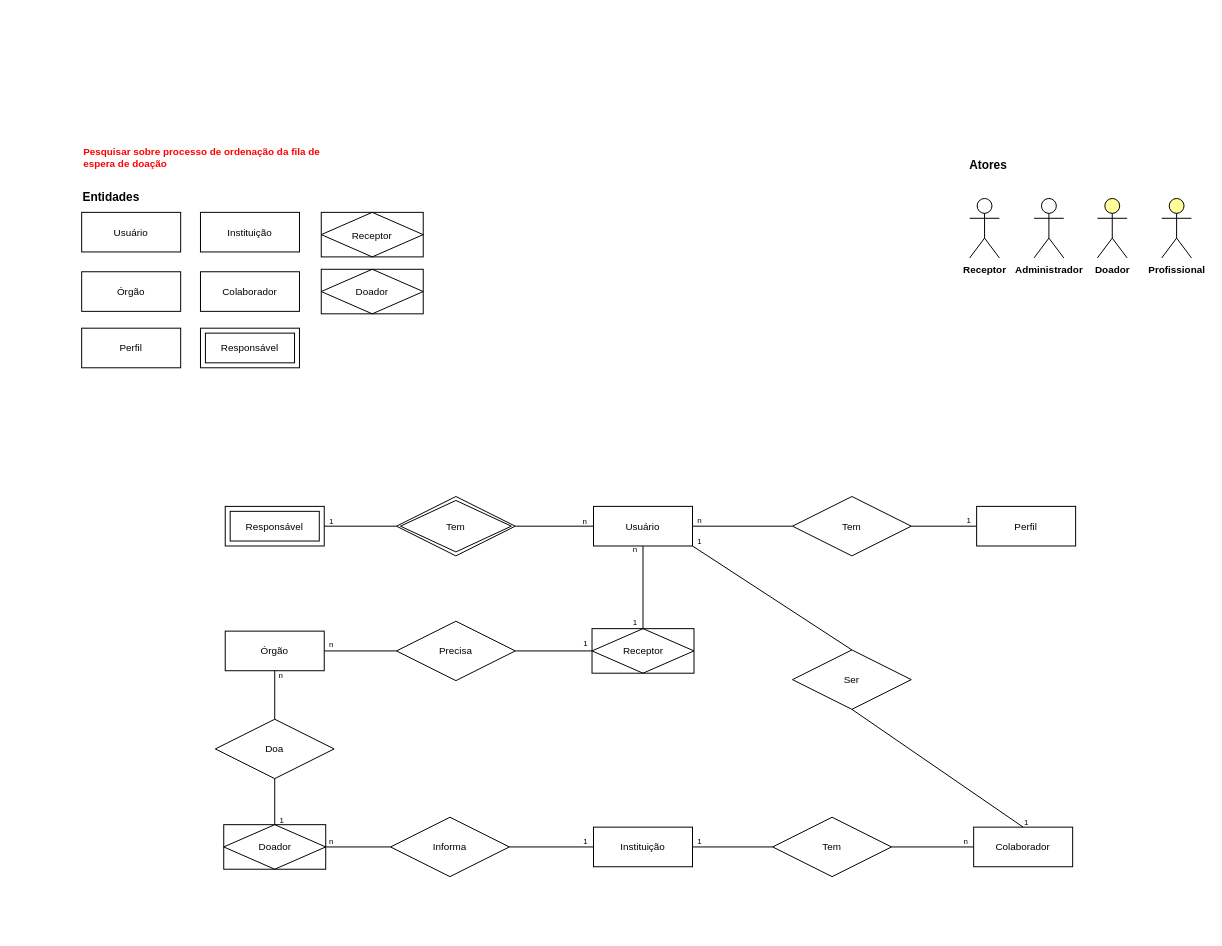
The draw.io diagram page "Modelo Conceitual" (1 of 2) of DER/DER-SDTO.drawio in squadlovelace/sdto-data-model, before the edit. Source tidied: cells renumbered, new cells numbered last; positions are measured from the earlier drawing's top-left corner, leaving out a move shared by most shapes. Both pictures are drawn from the tidied source at 99%, with x=0, y=0 at pixel (81, 143).
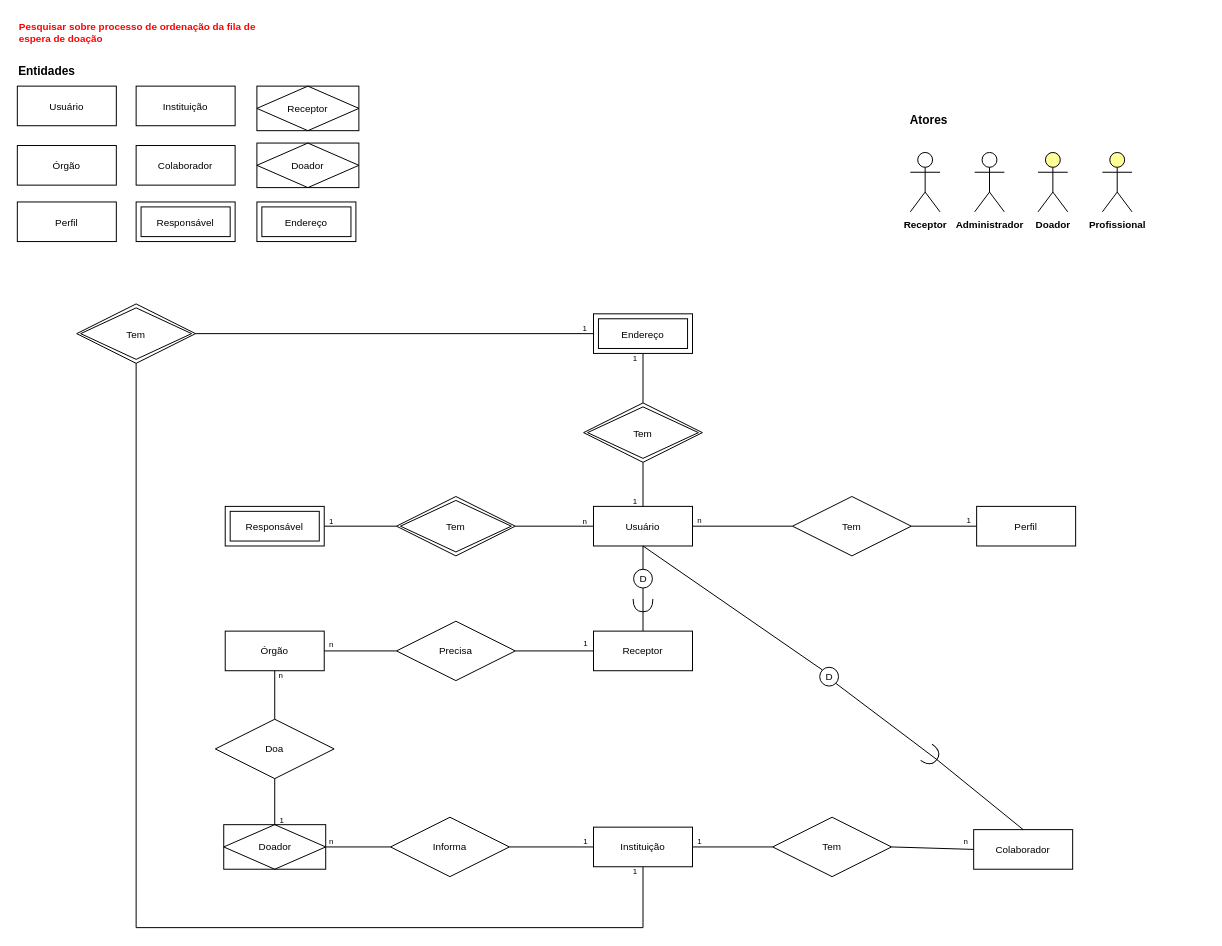
Above is the later version.

Commit message:
ER - Modelo Lógico

Unchanged cells that the change refers to:
```xml
<mxCell id="8" value="Usuário" style="whiteSpace=wrap;html=1;align=center;fontSize=10;fontFamily=Helvetica;" parent="1" vertex="1">
  <mxGeometry x="517" y="367" width="100" height="40" as="geometry" />
</mxCell>
<mxCell id="13" value="Instituição" style="whiteSpace=wrap;html=1;align=center;fontSize=10;fontFamily=Helvetica;" parent="1" vertex="1">
  <mxGeometry x="517" y="691" width="100" height="40" as="geometry" />
</mxCell>
```

Change to the diagram source:
```diff
@@
     <mxCell id="2" value="Usuário" style="whiteSpace=wrap;html=1;align=center;fontSize=10;fontFamily=Helvetica;" parent="1" vertex="1">
-      <mxGeometry y="70" width="100" height="40" as="geometry" />
+      <mxGeometry x="-65" y="-57.5" width="100" height="40" as="geometry" />
     </mxCell>
     <mxCell id="3" value="Órgão" style="whiteSpace=wrap;html=1;align=center;fontSize=10;fontFamily=Helvetica;" parent="1" vertex="1">
-      <mxGeometry y="130" width="100" height="40" as="geometry" />
+      <mxGeometry x="-65" y="2.5" width="100" height="40" as="geometry" />
     </mxCell>
     <mxCell id="4" value="Instituição" style="whiteSpace=wrap;html=1;align=center;fontSize=10;fontFamily=Helvetica;" parent="1" vertex="1">
-      <mxGeometry x="120" y="70" width="100" height="40" as="geometry" />
+      <mxGeometry x="55" y="-57.5" width="100" height="40" as="geometry" />
     </mxCell>
     <mxCell id="5" value="Entidades" style="text;html=1;strokeColor=none;fillColor=none;align=center;verticalAlign=middle;whiteSpace=wrap;rounded=0;fontStyle=1;" parent="1" vertex="1">
-      <mxGeometry y="40" width="60" height="30" as="geometry" />
+      <mxGeometry x="-65" y="-87.5" width="60" height="30" as="geometry" />
     </mxCell>
     <mxCell id="6" value="Perfil" style="whiteSpace=wrap;html=1;align=center;fontSize=10;fontFamily=Helvetica;" parent="1" vertex="1">
-      <mxGeometry y="187" width="100" height="40" as="geometry" />
+      <mxGeometry x="-65" y="59.5" width="100" height="40" as="geometry" />
     </mxCell>
     <mxCell id="7" value="Colaborador" style="whiteSpace=wrap;html=1;align=center;fontSize=10;fontFamily=Helvetica;" parent="1" vertex="1">
-      <mxGeometry x="901" y="691" width="100" height="40" as="geometry" />
+      <mxGeometry x="901" y="693.5" width="100" height="40" as="geometry" />
     </mxCell>
@@
-    <mxCell id="20" style="endArrow=none;html=1;rounded=0;fontFamily=Helvetica;fontSize=10;exitX=0.5;exitY=1;exitDx=0;exitDy=0;entryX=0.5;entryY=0;entryDx=0;entryDy=0;" parent="1" edge="1" source="8" target="53">
+    <mxCell id="20" style="endArrow=none;html=1;rounded=0;fontFamily=Helvetica;fontSize=10;exitX=1;exitY=0.5;exitDx=0;exitDy=0;entryX=0.5;entryY=0;entryDx=0;entryDy=0;startArrow=none;exitPerimeter=0;" parent="1" edge="1" source="76" target="53">
       <mxGeometry relative="1" as="geometry" />
     </mxCell>
     <mxCell id="21" value="Colaborador" style="whiteSpace=wrap;html=1;align=center;fontSize=10;fontFamily=Helvetica;" parent="1" vertex="1">
-      <mxGeometry x="120" y="130" width="100" height="40" as="geometry" />
+      <mxGeometry x="55" y="2.5" width="100" height="40" as="geometry" />
     </mxCell>
@@
     <mxCell id="23" value="Pesquisar sobre processo de ordenação da fila de espera de doação" style="text;html=1;strokeColor=none;fillColor=none;align=left;verticalAlign=middle;whiteSpace=wrap;rounded=0;fontFamily=Helvetica;fontSize=10;fontStyle=1;fontColor=#FF0000;" parent="1" vertex="1">
-      <mxGeometry width="245" height="30" as="geometry" />
+      <mxGeometry x="-65" y="-127.5" width="245" height="30" as="geometry" />
     </mxCell>
@@
-    <mxCell id="25" value="n" style="text;html=1;strokeColor=none;fillColor=none;align=center;verticalAlign=middle;whiteSpace=wrap;rounded=0;fontFamily=Helvetica;fontSize=8;fontStyle=0;" parent="1" vertex="1">
-      <mxGeometry x="552" y="406" width="15" height="10" as="geometry" />
-    </mxCell>
-    <mxCell id="26" value="1" style="text;html=1;strokeColor=none;fillColor=none;align=center;verticalAlign=middle;whiteSpace=wrap;rounded=0;fontFamily=Helvetica;fontSize=8;fontStyle=0;" parent="1" vertex="1">
-      <mxGeometry x="552" y="478.5" width="15" height="10" as="geometry" />
-    </mxCell>
@@
     <mxCell id="42" value="Doador" style="shape=umlActor;html=1;verticalLabelPosition=bottom;verticalAlign=top;align=center;fontFamily=Helvetica;fontSize=10;fontStyle=1;fillColor=#FFFF99;" parent="1" vertex="1">
-      <mxGeometry x="1026" y="56" width="30" height="60" as="geometry" />
+      <mxGeometry x="966" y="9.5" width="30" height="60" as="geometry" />
     </mxCell>
     <mxCell id="43" value="Receptor" style="shape=umlActor;html=1;verticalLabelPosition=bottom;verticalAlign=top;align=center;fontFamily=Helvetica;fontSize=10;fontStyle=1;" parent="1" vertex="1">
-      <mxGeometry x="897" y="56" width="30" height="60" as="geometry" />
+      <mxGeometry x="837" y="9.5" width="30" height="60" as="geometry" />
     </mxCell>
     <mxCell id="44" value="Administrador" style="shape=umlActor;html=1;verticalLabelPosition=bottom;verticalAlign=top;align=center;fontFamily=Helvetica;fontSize=10;fontStyle=1;" parent="1" vertex="1">
-      <mxGeometry x="962" y="56" width="30" height="60" as="geometry" />
+      <mxGeometry x="902" y="9.5" width="30" height="60" as="geometry" />
     </mxCell>
     <mxCell id="45" value="Profissional" style="shape=umlActor;html=1;verticalLabelPosition=bottom;verticalAlign=top;align=center;fontFamily=Helvetica;fontSize=10;fillColor=#FFFF99;fontStyle=1;" parent="1" vertex="1">
-      <mxGeometry x="1091" y="56" width="30" height="60" as="geometry" />
+      <mxGeometry x="1031" y="9.5" width="30" height="60" as="geometry" />
     </mxCell>
     <mxCell id="46" value="Atores" style="text;html=1;strokeColor=none;fillColor=none;align=center;verticalAlign=middle;whiteSpace=wrap;rounded=0;fontStyle=1;" parent="1" vertex="1">
-      <mxGeometry x="886" y="8" width="60" height="30" as="geometry" />
+      <mxGeometry x="826" y="-38.5" width="60" height="30" as="geometry" />
     </mxCell>
@@
-    <mxCell id="53" value="Receptor" style="shape=associativeEntity;whiteSpace=wrap;html=1;align=center;fontSize=10;" parent="1" vertex="1">
-      <mxGeometry x="515.5" y="490.5" width="103" height="45" as="geometry" />
-    </mxCell>
@@
     <mxCell id="55" value="Receptor" style="shape=associativeEntity;whiteSpace=wrap;html=1;align=center;fontSize=10;" parent="1" vertex="1">
-      <mxGeometry x="242" y="70" width="103" height="45" as="geometry" />
+      <mxGeometry x="177" y="-57.5" width="103" height="45" as="geometry" />
     </mxCell>
     <mxCell id="56" value="Doador" style="shape=associativeEntity;whiteSpace=wrap;html=1;align=center;fontSize=10;" parent="1" vertex="1">
-      <mxGeometry x="242" y="127.5" width="103" height="45" as="geometry" />
+      <mxGeometry x="177" width="103" height="45" as="geometry" />
     </mxCell>
     <mxCell id="57" value="Responsável" style="shape=ext;margin=3;double=1;whiteSpace=wrap;html=1;align=center;fontSize=10;" parent="1" vertex="1">
-      <mxGeometry x="120" y="187" width="100" height="40" as="geometry" />
+      <mxGeometry x="55" y="59.5" width="100" height="40" as="geometry" />
     </mxCell>
-    <mxCell id="58" value="Ser" style="shape=rhombus;perimeter=rhombusPerimeter;whiteSpace=wrap;html=1;align=center;fontFamily=Helvetica;fontSize=10;" parent="1" vertex="1">
-      <mxGeometry x="718" y="512" width="120" height="60" as="geometry" />
-    </mxCell>
-    <mxCell id="59" style="endArrow=none;html=1;rounded=0;fontFamily=Helvetica;fontSize=10;exitX=1;exitY=1;exitDx=0;exitDy=0;entryX=0.5;entryY=0;entryDx=0;entryDy=0;" parent="1" edge="1" source="8" target="58">
-      <mxGeometry relative="1" as="geometry" />
-    </mxCell>
-    <mxCell id="60" style="endArrow=none;html=1;rounded=0;fontFamily=Helvetica;fontSize=10;exitX=0.5;exitY=0;exitDx=0;exitDy=0;entryX=0.5;entryY=1;entryDx=0;entryDy=0;" parent="1" edge="1" source="7" target="58">
-      <mxGeometry relative="1" as="geometry" />
-    </mxCell>
-    <mxCell id="61" value="1" style="text;html=1;strokeColor=none;fillColor=none;align=center;verticalAlign=middle;whiteSpace=wrap;rounded=0;fontFamily=Helvetica;fontSize=8;fontStyle=0;" parent="1" vertex="1">
-      <mxGeometry x="617" y="397" width="15" height="10" as="geometry" />
-    </mxCell>
-    <mxCell id="62" value="1" style="text;html=1;strokeColor=none;fillColor=none;align=center;verticalAlign=middle;whiteSpace=wrap;rounded=0;fontFamily=Helvetica;fontSize=8;fontStyle=0;" parent="1" vertex="1">
-      <mxGeometry x="947" y="681" width="15" height="10" as="geometry" />
-    </mxCell>
+    <mxCell id="63" style="endArrow=none;html=1;rounded=0;entryX=0;entryY=0;entryDx=0;entryDy=0;exitX=0.5;exitY=1;exitDx=0;exitDy=0;" parent="1" edge="1" source="8" target="64">
+      <mxGeometry relative="1" as="geometry" />
+    </mxCell>
+    <mxCell id="64" value="&lt;font style=&quot;font-size: 10px;&quot;&gt;D&lt;/font&gt;" style="ellipse;whiteSpace=wrap;html=1;rotation=0;" parent="1" vertex="1">
+      <mxGeometry x="745.5" y="529.5" width="19" height="19" as="geometry" />
+    </mxCell>
+    <mxCell id="65" style="endArrow=none;html=1;rounded=0;entryX=0.5;entryY=0;entryDx=0;entryDy=0;exitX=1;exitY=0.5;exitDx=0;exitDy=0;startArrow=none;exitPerimeter=0;" parent="1" edge="1" source="66" target="7">
+      <mxGeometry relative="1" as="geometry" />
+    </mxCell>
+    <mxCell id="66" style="shape=requiredInterface;html=1;verticalLabelPosition=bottom;sketch=0;fontSize=10;rotation=35;" parent="1" vertex="1">
+      <mxGeometry x="852" y="609" width="13" height="20" as="geometry" />
+    </mxCell>
+    <mxCell id="67" style="endArrow=none;html=1;rounded=0;entryX=1;entryY=0.5;entryDx=0;entryDy=0;exitX=1;exitY=1;exitDx=0;exitDy=0;entryPerimeter=0;" parent="1" edge="1" source="64" target="66">
+      <mxGeometry relative="1" as="geometry" />
+    </mxCell>
+    <mxCell id="68" style="endArrow=none;html=1;rounded=0;fontFamily=Helvetica;fontSize=10;exitX=0.5;exitY=0;exitDx=0;exitDy=0;entryX=0.5;entryY=1;entryDx=0;entryDy=0;" parent="1" edge="1" source="8" target="72">
+      <mxGeometry relative="1" as="geometry" />
+    </mxCell>
+    <mxCell id="69" style="endArrow=none;html=1;rounded=0;fontFamily=Helvetica;fontSize=10;exitX=0.5;exitY=0;exitDx=0;exitDy=0;entryX=0.5;entryY=1;entryDx=0;entryDy=0;" parent="1" edge="1" source="72" target="73">
+      <mxGeometry relative="1" as="geometry" />
+    </mxCell>
+    <mxCell id="70" value="1" style="text;html=1;strokeColor=none;fillColor=none;align=center;verticalAlign=middle;whiteSpace=wrap;rounded=0;fontFamily=Helvetica;fontSize=8;fontStyle=0;" parent="1" vertex="1">
+      <mxGeometry x="552" y="212.5" width="15" height="10" as="geometry" />
+    </mxCell>
+    <mxCell id="71" value="1" style="text;html=1;strokeColor=none;fillColor=none;align=center;verticalAlign=middle;whiteSpace=wrap;rounded=0;fontFamily=Helvetica;fontSize=8;fontStyle=0;" parent="1" vertex="1">
+      <mxGeometry x="552" y="357" width="15" height="10" as="geometry" />
+    </mxCell>
+    <mxCell id="72" value="Tem" style="shape=rhombus;double=1;perimeter=rhombusPerimeter;whiteSpace=wrap;html=1;align=center;fontSize=10;" parent="1" vertex="1">
+      <mxGeometry x="507" y="262.5" width="120" height="60" as="geometry" />
+    </mxCell>
+    <mxCell id="73" value="Endereço" style="shape=ext;margin=3;double=1;whiteSpace=wrap;html=1;align=center;fontSize=10;" parent="1" vertex="1">
+      <mxGeometry x="517" y="172.5" width="100" height="40" as="geometry" />
+    </mxCell>
+    <mxCell id="74" value="&lt;font style=&quot;font-size: 10px;&quot;&gt;D&lt;/font&gt;" style="ellipse;whiteSpace=wrap;html=1;rotation=0;" parent="1" vertex="1">
+      <mxGeometry x="557.5" y="430.5" width="19" height="19" as="geometry" />
+    </mxCell>
+    <mxCell id="75" style="endArrow=none;html=1;rounded=0;fontFamily=Helvetica;fontSize=10;exitX=0.5;exitY=1;exitDx=0;exitDy=0;entryX=0.5;entryY=0;entryDx=0;entryDy=0;" parent="1" edge="1" source="8" target="74">
+      <mxGeometry relative="1" as="geometry" />
+    </mxCell>
+    <mxCell id="76" style="shape=requiredInterface;html=1;verticalLabelPosition=bottom;sketch=0;fontSize=10;rotation=90;" parent="1" vertex="1">
+      <mxGeometry x="560.5" y="457" width="13" height="20" as="geometry" />
+    </mxCell>
+    <mxCell id="77" style="endArrow=none;html=1;rounded=0;fontFamily=Helvetica;fontSize=10;exitX=0.5;exitY=1;exitDx=0;exitDy=0;entryX=1;entryY=0.5;entryDx=0;entryDy=0;startArrow=none;entryPerimeter=0;" parent="1" edge="1" source="74" target="76">
+      <mxGeometry relative="1" as="geometry" />
+    </mxCell>
+    <mxCell id="53" value="Receptor" style="whiteSpace=wrap;html=1;align=center;fontSize=10;fontFamily=Helvetica;" parent="1" vertex="1">
+      <mxGeometry x="517" y="493" width="100" height="40" as="geometry" />
+    </mxCell>
+    <mxCell id="78" value="Tem" style="shape=rhombus;double=1;perimeter=rhombusPerimeter;whiteSpace=wrap;html=1;align=center;fontSize=10;" parent="1" vertex="1">
+      <mxGeometry x="-5" y="162.5" width="120" height="60" as="geometry" />
+    </mxCell>
+    <mxCell id="79" style="endArrow=none;html=1;rounded=0;fontSize=10;entryX=0;entryY=0.5;entryDx=0;entryDy=0;exitX=1;exitY=0.5;exitDx=0;exitDy=0;" parent="1" edge="1" source="78" target="73">
+      <mxGeometry relative="1" as="geometry" />
+    </mxCell>
+    <mxCell id="80" value="1" style="text;html=1;strokeColor=none;fillColor=none;align=center;verticalAlign=middle;whiteSpace=wrap;rounded=0;fontFamily=Helvetica;fontSize=8;fontStyle=0;" parent="1" vertex="1">
+      <mxGeometry x="552" y="731" width="15" height="10" as="geometry" />
+    </mxCell>
+    <mxCell id="81" value="1" style="text;html=1;strokeColor=none;fillColor=none;align=center;verticalAlign=middle;whiteSpace=wrap;rounded=0;fontFamily=Helvetica;fontSize=8;fontStyle=0;" parent="1" vertex="1">
+      <mxGeometry x="501" y="181.5" width="15" height="10" as="geometry" />
+    </mxCell>
+    <mxCell id="82" style="group;" parent="1" vertex="1">
+      <mxGeometry x="55" y="792.5" width="512" as="geometry" />
+    </mxCell>
+    <mxCell id="83" style="endArrow=none;html=1;rounded=0;fontSize=10;exitX=0.5;exitY=1;exitDx=0;exitDy=0;" parent="82" edge="1" source="13">
+      <mxGeometry relative="1" as="geometry">
+        <mxPoint x="512" as="targetPoint" />
+      </mxGeometry>
+    </mxCell>
+    <mxCell id="84" style="endArrow=none;html=1;rounded=0;fontSize=10;" parent="82" edge="1">
+      <mxGeometry relative="1" as="geometry">
+        <mxPoint x="512" as="sourcePoint" />
+        <mxPoint as="targetPoint" />
+      </mxGeometry>
+    </mxCell>
+    <mxCell id="85" style="endArrow=none;html=1;rounded=0;fontSize=10;exitX=0.5;exitY=1;exitDx=0;exitDy=0;" parent="82" edge="1" source="78">
+      <mxGeometry relative="1" as="geometry">
+        <mxPoint as="targetPoint" />
+      </mxGeometry>
+    </mxCell>
+    <mxCell id="86" value="Endereço" style="shape=ext;margin=3;double=1;whiteSpace=wrap;html=1;align=center;fontSize=10;" parent="1" vertex="1">
+      <mxGeometry x="177" y="59.5" width="100" height="40" as="geometry" />
+    </mxCell>
```
